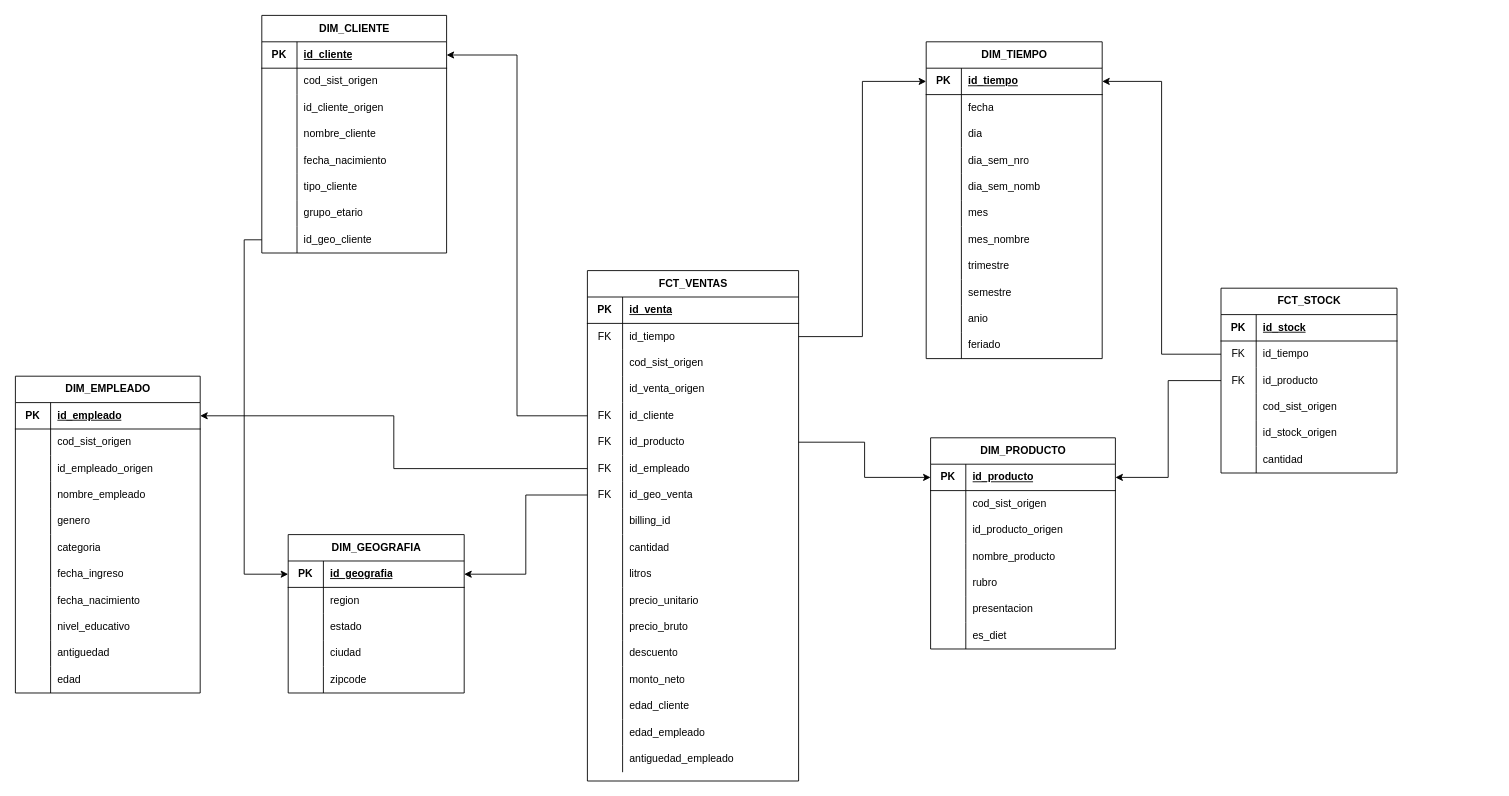
Ftedp/BBDD2-TUIA keeps this draw.io diagram as TP/TP_BD2_estrella.drawio. Above is the earlier version. Source tidied: cells renumbered, new cells numbered last; positions are measured from the earlier drawing's top-left corner, leaving out a move shared by most shapes. Both pictures are drawn from the tidied source at 88%, with x=0, y=0 at pixel (15, 15).
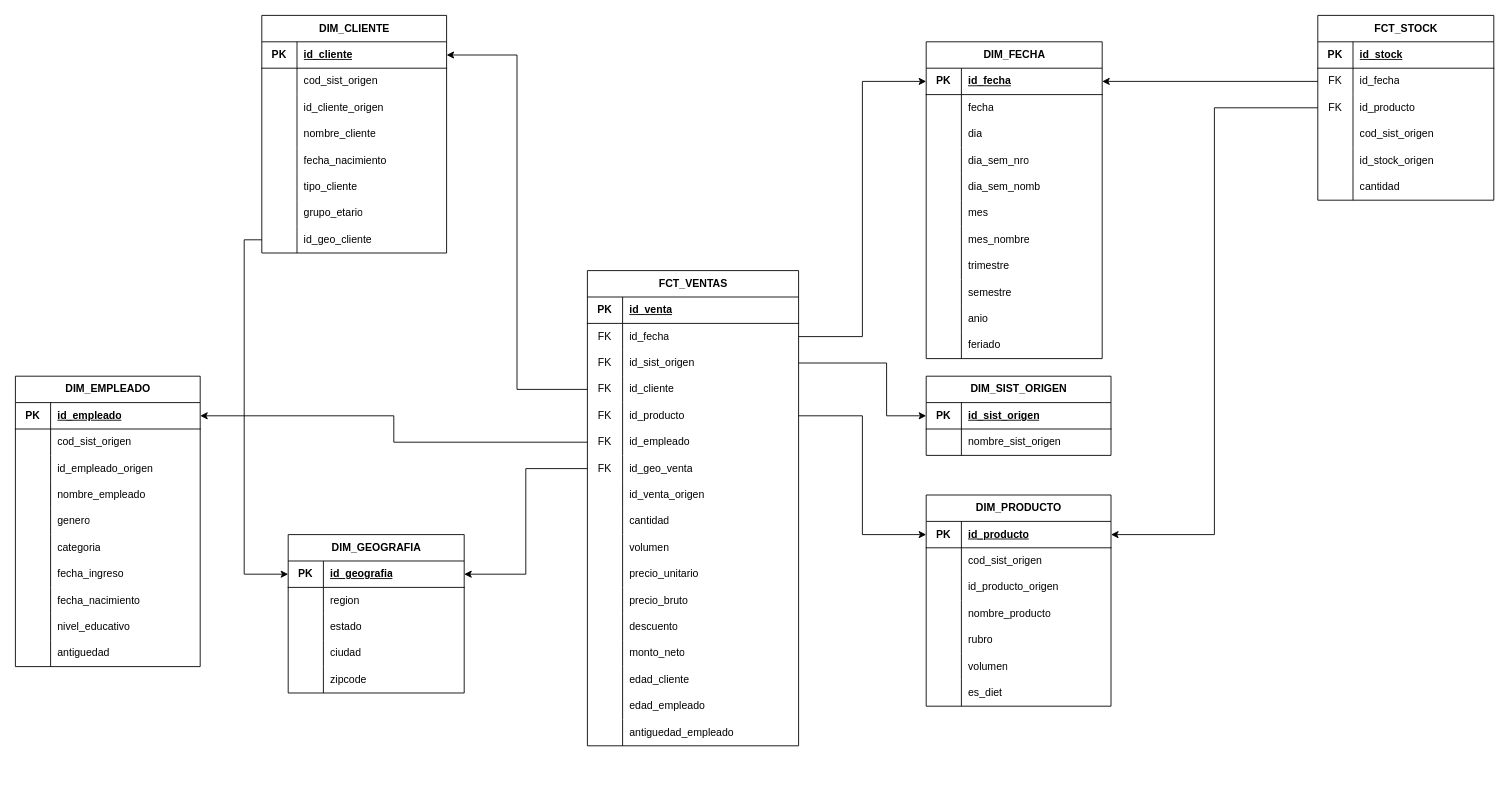
The same page after the edit.

Unchanged cells that the change refers to:
```xml
<mxCell id="3" style="shape=tableRow;horizontal=0;startSize=0;swimlaneHead=0;swimlaneBody=0;fillColor=none;points=[[0,0.5],[1,0.5]];portConstraint=eastwest;top=0;left=0;right=0;bottom=1;" parent="2" vertex="1">
  <mxGeometry y="30" width="200" height="30" as="geometry" />
</mxCell>
<mxCell id="93" style="shape=tableRow;horizontal=0;startSize=0;swimlaneHead=0;swimlaneBody=0;fillColor=none;top=0;left=0;right=0;bottom=0;" parent="77" vertex="1">
  <mxGeometry y="180" width="210" height="30" as="geometry" />
</mxCell>
<mxCell id="137" style="shape=tableRow;horizontal=0;startSize=0;swimlaneHead=0;swimlaneBody=0;fillColor=none;points=[[0,0.5],[1,0.5]];portConstraint=eastwest;top=0;left=0;right=0;bottom=0;" parent="133" vertex="1">
  <mxGeometry y="60" width="240" height="30" as="geometry" />
</mxCell>
<mxCell id="140" style="shape=tableRow;horizontal=0;startSize=0;swimlaneHead=0;swimlaneBody=0;fillColor=none;points=[[0,0.5],[1,0.5]];portConstraint=eastwest;top=0;left=0;right=0;bottom=0;" parent="133" vertex="1">
  <mxGeometry y="90" width="240" height="30" as="geometry" />
</mxCell>
<mxCell id="192" style="shape=tableRow;horizontal=0;startSize=0;swimlaneHead=0;swimlaneBody=0;fillColor=none;points=[[0,0.5],[1,0.5]];portConstraint=eastwest;top=0;left=0;right=0;bottom=0;" parent="188" vertex="1">
  <mxGeometry y="60" width="200" height="30" as="geometry" />
</mxCell>
```

Change to the diagram source:
```diff
@@
-    <mxCell id="2" value="DIM_TIEMPO" style="shape=table;startSize=30;childLayout=tableLayout;rowLines=0;fontStyle=1;align=center;html=1;" parent="1" vertex="1">
+    <mxCell id="2" value="DIM_FECHA" style="shape=table;startSize=30;childLayout=tableLayout;rowLines=0;fontStyle=1;align=center;html=1;" parent="1" vertex="1">
       <mxGeometry x="1035" y="30" width="200" height="360" as="geometry" />
     </mxCell>
@@
-    <mxCell id="5" value="id_tiempo" style="shape=partialRectangle;fillColor=none;top=0;left=0;bottom=0;right=0;align=left;spacingLeft=6;fontStyle=5;overflow=hidden;whiteSpace=wrap;html=1;" parent="3" vertex="1">
+    <mxCell id="5" value="id_fecha" style="shape=partialRectangle;fillColor=none;top=0;left=0;bottom=0;right=0;align=left;spacingLeft=6;fontStyle=5;overflow=hidden;whiteSpace=wrap;html=1;" parent="3" vertex="1">
       <mxGeometry x="40" width="160" height="30" as="geometry" />
     </mxCell>
@@
     <mxCell id="77" value="DIM_PRODUCTO" style="shape=table;startSize=30;childLayout=tableLayout;rowLines=0;fontStyle=1;align=center;html=1;" parent="1" vertex="1">
-      <mxGeometry x="1040" y="480" width="210" height="240" as="geometry" />
+      <mxGeometry x="1035" y="545" width="210" height="240" as="geometry" />
     </mxCell>
@@
-    <mxCell id="95" value="presentacion" style="shape=partialRectangle;fillColor=none;top=0;left=0;bottom=0;right=0;align=left;spacingLeft=6;overflow=hidden;whiteSpace=wrap;html=1;" parent="93" vertex="1">
+    <mxCell id="95" value="volumen" style="shape=partialRectangle;fillColor=none;top=0;left=0;bottom=0;right=0;align=left;spacingLeft=6;overflow=hidden;whiteSpace=wrap;html=1;" parent="93" vertex="1">
       <mxGeometry x="40" width="170" height="30" as="geometry" />
     </mxCell>
@@
     <mxCell id="99" value="DIM_EMPLEADO" style="shape=table;startSize=30;childLayout=tableLayout;rowLines=0;fontStyle=1;align=center;html=1;" parent="1" vertex="1">
-      <mxGeometry y="410" width="210" height="360" as="geometry" />
+      <mxGeometry y="410" width="210" height="330" as="geometry" />
     </mxCell>
@@
-    <mxCell id="130" style="shape=tableRow;horizontal=0;startSize=0;swimlaneHead=0;swimlaneBody=0;fillColor=none;top=0;left=0;right=0;bottom=0;" parent="99" vertex="1">
-      <mxGeometry y="330" width="210" height="30" as="geometry" />
-    </mxCell>
-    <mxCell id="131" style="shape=partialRectangle;fillColor=none;top=0;left=0;bottom=0;right=0;overflow=hidden;whiteSpace=wrap;html=1;" parent="130" vertex="1">
-      <mxGeometry width="40" height="30" as="geometry" />
-    </mxCell>
-    <mxCell id="132" value="edad" style="shape=partialRectangle;fillColor=none;top=0;left=0;bottom=0;right=0;align=left;spacingLeft=6;overflow=hidden;whiteSpace=wrap;html=1;" parent="130" vertex="1">
-      <mxGeometry x="40" width="170" height="30" as="geometry" />
-    </mxCell>
     <mxCell id="133" value="FCT_VENTAS" style="shape=table;startSize=30;childLayout=tableLayout;rowLines=0;fontStyle=1;align=center;html=1;" parent="1" vertex="1">
-      <mxGeometry x="650" y="290" width="240" height="580" as="geometry" />
+      <mxGeometry x="650" y="290" width="240" height="540" as="geometry" />
     </mxCell>
@@
-    <mxCell id="139" value="id_tiempo" style="shape=partialRectangle;fillColor=none;top=0;left=0;bottom=0;right=0;align=left;spacingLeft=6;overflow=hidden;whiteSpace=wrap;html=1;" parent="137" vertex="1">
+    <mxCell id="139" value="id_fecha" style="shape=partialRectangle;fillColor=none;top=0;left=0;bottom=0;right=0;align=left;spacingLeft=6;overflow=hidden;whiteSpace=wrap;html=1;" parent="137" vertex="1">
       <mxGeometry x="40" width="200" height="30" as="geometry" />
     </mxCell>
@@
-    <mxCell id="141" value="&lt;br&gt;&lt;div&gt;&lt;br&gt;&lt;/div&gt;" style="shape=partialRectangle;fillColor=none;top=0;left=0;bottom=0;right=0;overflow=hidden;whiteSpace=wrap;html=1;" parent="140" vertex="1">
+    <mxCell id="141" value="&lt;div&gt;FK&lt;/div&gt;" style="shape=partialRectangle;fillColor=none;top=0;left=0;bottom=0;right=0;overflow=hidden;whiteSpace=wrap;html=1;" parent="140" vertex="1">
       <mxGeometry width="40" height="30" as="geometry" />
     </mxCell>
-    <mxCell id="142" value="cod_sist_origen" style="shape=partialRectangle;fillColor=none;top=0;left=0;bottom=0;right=0;align=left;spacingLeft=6;overflow=hidden;whiteSpace=wrap;html=1;" parent="140" vertex="1">
+    <mxCell id="142" value="id_sist_origen" style="shape=partialRectangle;fillColor=none;top=0;left=0;bottom=0;right=0;align=left;spacingLeft=6;overflow=hidden;whiteSpace=wrap;html=1;" parent="140" vertex="1">
       <mxGeometry x="40" width="200" height="30" as="geometry" />
     </mxCell>
-    <mxCell id="143" style="shape=tableRow;horizontal=0;startSize=0;swimlaneHead=0;swimlaneBody=0;fillColor=none;top=0;left=0;right=0;bottom=0;" parent="133" vertex="1">
-      <mxGeometry y="120" width="240" height="30" as="geometry" />
-    </mxCell>
-    <mxCell id="144" style="shape=partialRectangle;fillColor=none;top=0;left=0;bottom=0;right=0;overflow=hidden;whiteSpace=wrap;html=1;" parent="143" vertex="1">
-      <mxGeometry width="40" height="30" as="geometry" />
-    </mxCell>
-    <mxCell id="145" value="id_venta_origen" style="shape=partialRectangle;fillColor=none;top=0;left=0;bottom=0;right=0;align=left;spacingLeft=6;overflow=hidden;whiteSpace=wrap;html=1;" parent="143" vertex="1">
-      <mxGeometry x="40" width="200" height="30" as="geometry" />
-    </mxCell>
     <mxCell id="146" style="shape=tableRow;horizontal=0;startSize=0;swimlaneHead=0;swimlaneBody=0;fillColor=none;points=[[0,0.5],[1,0.5]];portConstraint=eastwest;top=0;left=0;right=0;bottom=0;" parent="133" vertex="1">
-      <mxGeometry y="150" width="240" height="30" as="geometry" />
+      <mxGeometry y="120" width="240" height="30" as="geometry" />
     </mxCell>
@@
     <mxCell id="149" style="shape=tableRow;horizontal=0;startSize=0;swimlaneHead=0;swimlaneBody=0;fillColor=none;points=[[0,0.5],[1,0.5]];portConstraint=eastwest;top=0;left=0;right=0;bottom=0;" parent="133" vertex="1">
-      <mxGeometry y="180" width="240" height="30" as="geometry" />
+      <mxGeometry y="150" width="240" height="30" as="geometry" />
     </mxCell>
@@
     <mxCell id="152" style="shape=tableRow;horizontal=0;startSize=0;swimlaneHead=0;swimlaneBody=0;fillColor=none;points=[[0,0.5],[1,0.5]];portConstraint=eastwest;top=0;left=0;right=0;bottom=0;" parent="133" vertex="1">
-      <mxGeometry y="210" width="240" height="30" as="geometry" />
+      <mxGeometry y="180" width="240" height="30" as="geometry" />
     </mxCell>
@@
     <mxCell id="155" style="shape=tableRow;horizontal=0;startSize=0;swimlaneHead=0;swimlaneBody=0;fillColor=none;points=[[0,0.5],[1,0.5]];portConstraint=eastwest;top=0;left=0;right=0;bottom=0;" parent="133" vertex="1">
-      <mxGeometry y="240" width="240" height="30" as="geometry" />
+      <mxGeometry y="210" width="240" height="30" as="geometry" />
     </mxCell>
@@
-    <mxCell id="158" style="shape=tableRow;horizontal=0;startSize=0;swimlaneHead=0;swimlaneBody=0;fillColor=none;top=0;left=0;right=0;bottom=0;" parent="133" vertex="1">
-      <mxGeometry y="270" width="240" height="30" as="geometry" />
-    </mxCell>
-    <mxCell id="159" style="shape=partialRectangle;fillColor=none;top=0;left=0;bottom=0;right=0;overflow=hidden;whiteSpace=wrap;html=1;" parent="158" vertex="1">
-      <mxGeometry width="40" height="30" as="geometry" />
-    </mxCell>
-    <mxCell id="160" value="billing_id" style="shape=partialRectangle;fillColor=none;top=0;left=0;bottom=0;right=0;align=left;spacingLeft=6;overflow=hidden;whiteSpace=wrap;html=1;" parent="158" vertex="1">
-      <mxGeometry x="40" width="200" height="30" as="geometry" />
-    </mxCell>
     <mxCell id="161" style="shape=tableRow;horizontal=0;startSize=0;swimlaneHead=0;swimlaneBody=0;fillColor=none;top=0;left=0;right=0;bottom=0;" parent="133" vertex="1">
-      <mxGeometry y="300" width="240" height="30" as="geometry" />
+      <mxGeometry y="240" width="240" height="30" as="geometry" />
     </mxCell>
@@
-    <mxCell id="163" value="cantidad" style="shape=partialRectangle;fillColor=none;top=0;left=0;bottom=0;right=0;align=left;spacingLeft=6;overflow=hidden;whiteSpace=wrap;html=1;" parent="161" vertex="1">
+    <mxCell id="163" value="id_venta_origen" style="shape=partialRectangle;fillColor=none;top=0;left=0;bottom=0;right=0;align=left;spacingLeft=6;overflow=hidden;whiteSpace=wrap;html=1;" parent="161" vertex="1">
       <mxGeometry x="40" width="200" height="30" as="geometry" />
     </mxCell>
+    <mxCell id="158" style="shape=tableRow;horizontal=0;startSize=0;swimlaneHead=0;swimlaneBody=0;fillColor=none;top=0;left=0;right=0;bottom=0;" parent="133" vertex="1">
+      <mxGeometry y="270" width="240" height="30" as="geometry" />
+    </mxCell>
+    <mxCell id="215" style="shape=partialRectangle;fillColor=none;top=0;left=0;bottom=0;right=0;overflow=hidden;whiteSpace=wrap;html=1;" parent="158" vertex="1">
+      <mxGeometry width="40" height="30" as="geometry" />
+    </mxCell>
+    <mxCell id="216" value="cantidad" style="shape=partialRectangle;fillColor=none;top=0;left=0;bottom=0;right=0;align=left;spacingLeft=6;overflow=hidden;whiteSpace=wrap;html=1;" parent="158" vertex="1">
+      <mxGeometry x="40" width="200" height="30" as="geometry" />
+    </mxCell>
     <mxCell id="164" style="shape=tableRow;horizontal=0;startSize=0;swimlaneHead=0;swimlaneBody=0;fillColor=none;top=0;left=0;right=0;bottom=0;" parent="133" vertex="1">
-      <mxGeometry y="330" width="240" height="30" as="geometry" />
+      <mxGeometry y="300" width="240" height="30" as="geometry" />
     </mxCell>
@@
-    <mxCell id="166" value="litros" style="shape=partialRectangle;fillColor=none;top=0;left=0;bottom=0;right=0;align=left;spacingLeft=6;overflow=hidden;whiteSpace=wrap;html=1;" parent="164" vertex="1">
+    <mxCell id="166" value="volumen" style="shape=partialRectangle;fillColor=none;top=0;left=0;bottom=0;right=0;align=left;spacingLeft=6;overflow=hidden;whiteSpace=wrap;html=1;" parent="164" vertex="1">
       <mxGeometry x="40" width="200" height="30" as="geometry" />
     </mxCell>
     <mxCell id="167" style="shape=tableRow;horizontal=0;startSize=0;swimlaneHead=0;swimlaneBody=0;fillColor=none;top=0;left=0;right=0;bottom=0;" parent="133" vertex="1">
-      <mxGeometry y="360" width="240" height="30" as="geometry" />
+      <mxGeometry y="330" width="240" height="30" as="geometry" />
     </mxCell>
@@
     <mxCell id="170" style="shape=tableRow;horizontal=0;startSize=0;swimlaneHead=0;swimlaneBody=0;fillColor=none;top=0;left=0;right=0;bottom=0;" parent="133" vertex="1">
-      <mxGeometry y="390" width="240" height="30" as="geometry" />
+      <mxGeometry y="360" width="240" height="30" as="geometry" />
     </mxCell>
@@
     <mxCell id="173" style="shape=tableRow;horizontal=0;startSize=0;swimlaneHead=0;swimlaneBody=0;fillColor=none;top=0;left=0;right=0;bottom=0;" parent="133" vertex="1">
-      <mxGeometry y="420" width="240" height="30" as="geometry" />
+      <mxGeometry y="390" width="240" height="30" as="geometry" />
     </mxCell>
@@
     <mxCell id="176" style="shape=tableRow;horizontal=0;startSize=0;swimlaneHead=0;swimlaneBody=0;fillColor=none;top=0;left=0;right=0;bottom=0;" parent="133" vertex="1">
-      <mxGeometry y="450" width="240" height="30" as="geometry" />
+      <mxGeometry y="420" width="240" height="30" as="geometry" />
     </mxCell>
@@
     <mxCell id="179" style="shape=tableRow;horizontal=0;startSize=0;swimlaneHead=0;swimlaneBody=0;fillColor=none;top=0;left=0;right=0;bottom=0;" parent="133" vertex="1">
-      <mxGeometry y="480" width="240" height="30" as="geometry" />
+      <mxGeometry y="450" width="240" height="30" as="geometry" />
     </mxCell>
@@
     <mxCell id="182" style="shape=tableRow;horizontal=0;startSize=0;swimlaneHead=0;swimlaneBody=0;fillColor=none;top=0;left=0;right=0;bottom=0;" parent="133" vertex="1">
-      <mxGeometry y="510" width="240" height="30" as="geometry" />
+      <mxGeometry y="480" width="240" height="30" as="geometry" />
     </mxCell>
@@
     <mxCell id="185" style="shape=tableRow;horizontal=0;startSize=0;swimlaneHead=0;swimlaneBody=0;fillColor=none;top=0;left=0;right=0;bottom=0;" parent="133" vertex="1">
-      <mxGeometry y="540" width="240" height="30" as="geometry" />
+      <mxGeometry y="510" width="240" height="30" as="geometry" />
     </mxCell>
@@
     <mxCell id="188" value="FCT_STOCK" style="shape=table;startSize=30;childLayout=tableLayout;rowLines=0;fontStyle=1;align=center;html=1;" parent="1" vertex="1">
-      <mxGeometry x="1370" y="310" width="200" height="210" as="geometry" />
+      <mxGeometry x="1480" width="200" height="210" as="geometry" />
     </mxCell>
@@
-    <mxCell id="194" value="id_tiempo" style="shape=partialRectangle;fillColor=none;top=0;left=0;bottom=0;right=0;align=left;spacingLeft=6;overflow=hidden;whiteSpace=wrap;html=1;" parent="192" vertex="1">
+    <mxCell id="194" value="id_fecha" style="shape=partialRectangle;fillColor=none;top=0;left=0;bottom=0;right=0;align=left;spacingLeft=6;overflow=hidden;whiteSpace=wrap;html=1;" parent="192" vertex="1">
       <mxGeometry x="40" width="160" height="30" as="geometry" />
     </mxCell>
@@
+    <mxCell id="217" value="DIM_SIST_ORIGEN" style="shape=table;startSize=30;childLayout=tableLayout;rowLines=0;fontStyle=1;align=center;html=1;" parent="1" vertex="1">
+      <mxGeometry x="1035" y="410" width="210" height="90" as="geometry" />
+    </mxCell>
+    <mxCell id="218" style="shape=tableRow;horizontal=0;startSize=0;swimlaneHead=0;swimlaneBody=0;fillColor=none;points=[[0,0.5],[1,0.5]];portConstraint=eastwest;top=0;left=0;right=0;bottom=1;" parent="217" vertex="1">
+      <mxGeometry y="30" width="210" height="30" as="geometry" />
+    </mxCell>
+    <mxCell id="219" value="PK" style="shape=partialRectangle;fillColor=none;top=0;left=0;bottom=0;right=0;fontStyle=1;overflow=hidden;whiteSpace=wrap;html=1;" parent="218" vertex="1">
+      <mxGeometry width="40" height="30" as="geometry" />
+    </mxCell>
+    <mxCell id="220" value="id_sist_origen" style="shape=partialRectangle;fillColor=none;top=0;left=0;bottom=0;right=0;align=left;spacingLeft=6;fontStyle=5;overflow=hidden;whiteSpace=wrap;html=1;" parent="218" vertex="1">
+      <mxGeometry x="40" width="170" height="30" as="geometry" />
+    </mxCell>
+    <mxCell id="221" style="shape=tableRow;horizontal=0;startSize=0;swimlaneHead=0;swimlaneBody=0;fillColor=none;top=0;left=0;right=0;bottom=0;" parent="217" vertex="1">
+      <mxGeometry y="60" width="210" height="30" as="geometry" />
+    </mxCell>
+    <mxCell id="222" style="shape=partialRectangle;fillColor=none;top=0;left=0;bottom=0;right=0;overflow=hidden;whiteSpace=wrap;html=1;" parent="221" vertex="1">
+      <mxGeometry width="40" height="30" as="geometry" />
+    </mxCell>
+    <mxCell id="223" value="nombre_sist_origen" style="shape=partialRectangle;fillColor=none;top=0;left=0;bottom=0;right=0;align=left;spacingLeft=6;overflow=hidden;whiteSpace=wrap;html=1;" parent="221" vertex="1">
+      <mxGeometry x="40" width="170" height="30" as="geometry" />
+    </mxCell>
+    <mxCell id="224" style="edgeStyle=orthogonalEdgeStyle;rounded=0;jettySize=auto;html=1;exitX=1;exitY=0.5;exitDx=0;exitDy=0;entryX=0;entryY=0.5;entryDx=0;entryDy=0;" parent="1" edge="1" source="140" target="218">
+      <mxGeometry relative="1" as="geometry">
+        <Array as="points">
+          <mxPoint x="990" y="395" />
+          <mxPoint x="990" y="455" />
+          <mxPoint x="1035" y="455" />
+        </Array>
+      </mxGeometry>
+    </mxCell>
```
